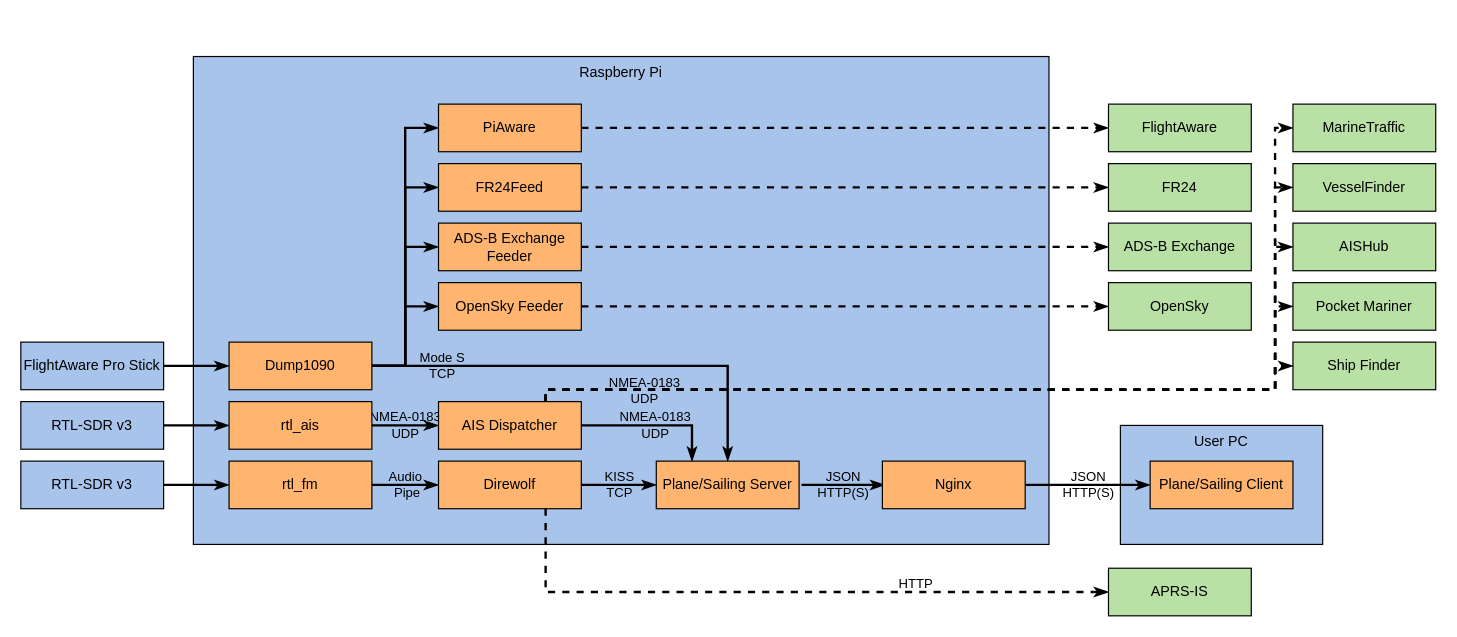
Above: page "Software and Data Flow" (3 of 3) of hardware/planesailing/arch.drawio in ianrenton/ianrenton.com (draw.io), before the change. Source tidied: cells renumbered, new cells numbered last; positions are measured from the earlier drawing's top-left corner, leaving out a move shared by most shapes. Both pictures are drawn from the tidied source at 119%, with x=0, y=0 at pixel (20, 56).
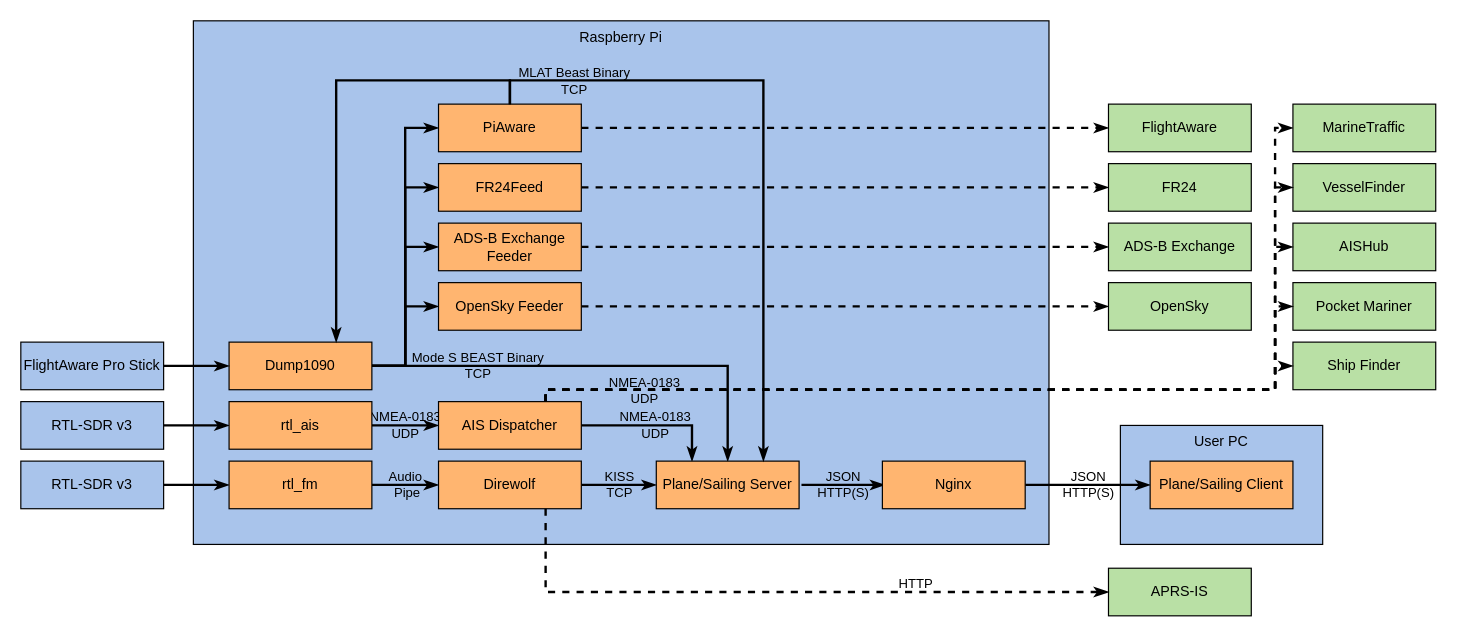
Above is the later version.

The change refers to these unchanged cells:
```xml
<mxCell id="14" value="Dump1090" style="rounded=0;whiteSpace=wrap;html=1;fillColor=#FFB570;" parent="1" vertex="1">
  <mxGeometry x="175" y="240" width="120" height="40" as="geometry" />
</mxCell>
<mxCell id="29" value="PiAware" style="rounded=0;whiteSpace=wrap;html=1;fillColor=#FFB570;" parent="1" vertex="1">
  <mxGeometry x="351" y="40" width="120" height="40" as="geometry" />
</mxCell>
<mxCell id="33" value="Plane/Sailing Server" style="rounded=0;whiteSpace=wrap;html=1;fillColor=#FFB570;" parent="1" vertex="1">
  <mxGeometry x="534" y="340" width="120" height="40" as="geometry" />
</mxCell>
```

What changed in the source:
```diff
@@
     <mxCell id="3" value="Raspberry Pi" style="rounded=0;whiteSpace=wrap;html=1;fillColor=#A9C4EB;verticalAlign=top;" parent="1" vertex="1">
-      <mxGeometry x="145" width="719" height="410" as="geometry" />
+      <mxGeometry x="145" y="-30" width="719" height="440" as="geometry" />
     </mxCell>
@@
-    <mxCell id="13" value="&lt;div&gt;Mode S&lt;/div&gt;&lt;div&gt;TCP&lt;br&gt;&lt;/div&gt;" style="edgeStyle=orthogonalEdgeStyle;rounded=0;jettySize=auto;html=1;exitX=1;exitY=0.5;exitDx=0;exitDy=0;entryX=0.5;entryY=0;entryDx=0;entryDy=0;endArrow=classicThin;endFill=1;strokeWidth=2;labelBackgroundColor=none;" parent="1" edge="1" source="14" target="33">
-      <mxGeometry x="-0.69" relative="1" as="geometry" />
+    <mxCell id="13" value="&lt;div&gt;Mode S BEAST Binary&lt;/div&gt;&lt;div&gt;TCP&lt;br&gt;&lt;/div&gt;" style="edgeStyle=orthogonalEdgeStyle;rounded=0;jettySize=auto;html=1;exitX=1;exitY=0.5;exitDx=0;exitDy=0;entryX=0.5;entryY=0;entryDx=0;entryDy=0;endArrow=classicThin;endFill=1;strokeWidth=2;labelBackgroundColor=none;" parent="1" edge="1" source="14" target="33">
+      <mxGeometry x="-0.53" relative="1" as="geometry" />
     </mxCell>
@@
+    <mxCell id="55" style="edgeStyle=orthogonalEdgeStyle;rounded=0;jettySize=auto;html=1;exitX=0.5;exitY=0;exitDx=0;exitDy=0;entryX=0.75;entryY=0;entryDx=0;entryDy=0;endArrow=classicThin;endFill=1;strokeWidth=2;" parent="1" edge="1" source="29" target="14">
+      <mxGeometry relative="1" as="geometry" />
+    </mxCell>
+    <mxCell id="56" style="edgeStyle=orthogonalEdgeStyle;rounded=0;jettySize=auto;html=1;exitX=0.5;exitY=0;exitDx=0;exitDy=0;entryX=0.75;entryY=0;entryDx=0;entryDy=0;endArrow=classicThin;endFill=1;strokeWidth=2;" parent="1" edge="1" source="29" target="33">
+      <mxGeometry relative="1" as="geometry" />
+    </mxCell>
+    <mxCell id="57" value="&lt;div&gt;MLAT Beast Binary&lt;/div&gt;&lt;div&gt;TCP&lt;br&gt;&lt;/div&gt;" style="edgeLabel;html=1;align=center;verticalAlign=middle;labelBackgroundColor=none;" parent="56" vertex="1">
+      <mxGeometry x="-0.79" y="-3" relative="1" as="geometry">
+        <mxPoint x="15" y="-3" as="offset" />
+      </mxGeometry>
+    </mxCell>
```
